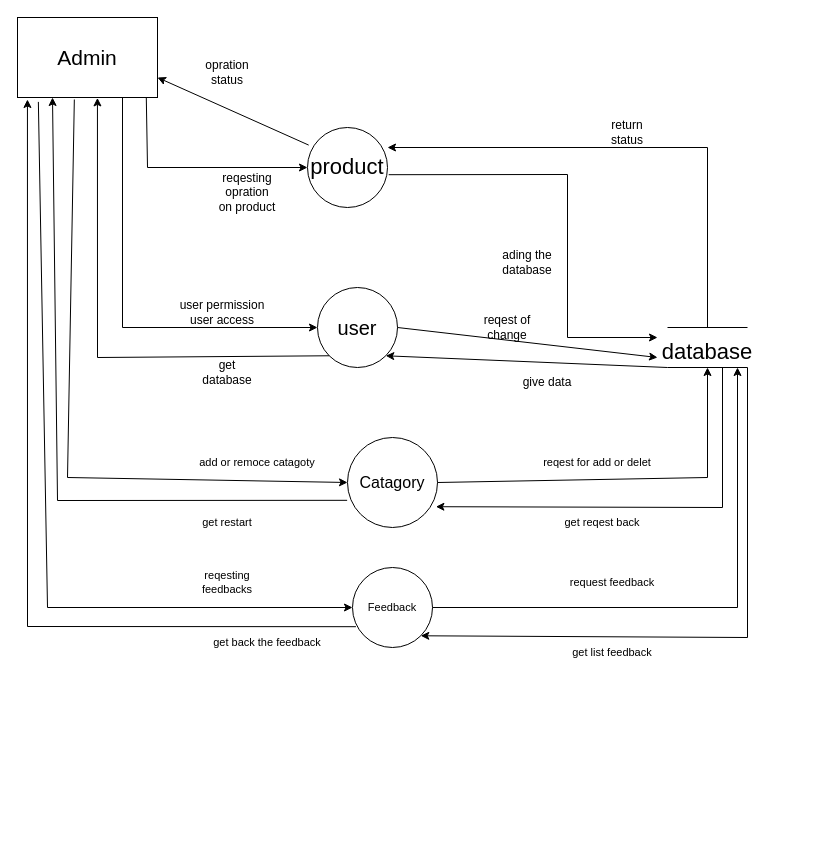
This is page "1 leavel admin" (3 of 5) of charts/dfd.drawio from AKrunal/document, a draw.io file, before an edit. Source tidied: cells renumbered, new cells numbered last; positions are measured from the earlier drawing's top-left corner, leaving out a move shared by most shapes. Both pictures are drawn from the tidied source at 100%, with x=0, y=0 at pixel (17, 17).
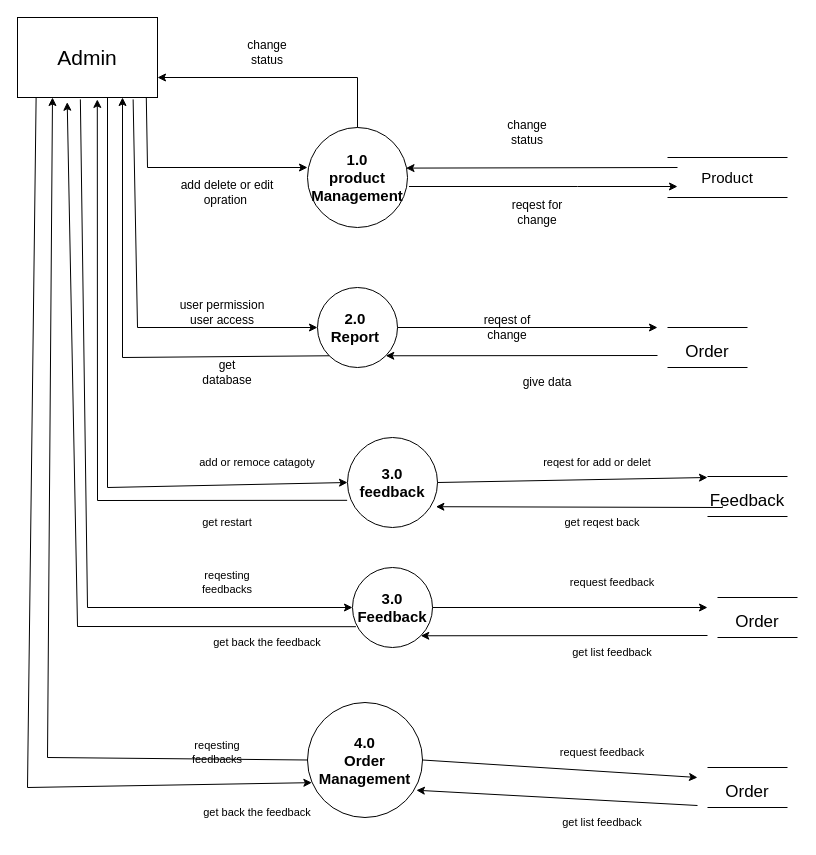
After the change.

The change refers to these unchanged cells:
```xml
<mxCell id="2" value="Admin" style="rounded=0;whiteSpace=wrap;html=1;fontSize=21;" parent="1" vertex="1">
  <mxGeometry width="140" height="80" as="geometry" />
</mxCell>
```

Diff of the diagram source:
```diff
@@
-    <mxCell id="4" value="product" style="ellipse;whiteSpace=wrap;html=1;fontSize=22;" parent="1" vertex="1">
-      <mxGeometry x="290" y="110" width="80" height="80" as="geometry" />
+    <mxCell id="4" value="1.0&lt;br style=&quot;font-size: 15px&quot;&gt;product Management" style="ellipse;whiteSpace=wrap;html=1;fontSize=15;fontStyle=1;" parent="1" vertex="1">
+      <mxGeometry x="290" y="110" width="100" height="100" as="geometry" />
     </mxCell>
     <mxCell id="5" style="endArrow=classic;html=1;rounded=0;fontSize=22;exitX=1.015;exitY=0.59;exitDx=0;exitDy=0;exitPerimeter=0;" parent="1" edge="1" source="4">
       <mxGeometry relative="1" as="geometry">
-        <mxPoint x="640" y="320" as="targetPoint" />
+        <mxPoint x="660" y="169" as="targetPoint" />
         <Array as="points">
-          <mxPoint x="550" y="157" />
-          <mxPoint x="550" y="320" />
+          <mxPoint x="560" y="169" />
         </Array>
       </mxGeometry>
     </mxCell>
@@
-    <mxCell id="8" value="database" style="text;html=1;strokeColor=none;fillColor=none;align=center;verticalAlign=middle;whiteSpace=wrap;rounded=0;fontSize=22;" parent="1" vertex="1">
-      <mxGeometry x="660" y="320" width="60" height="30" as="geometry" />
-    </mxCell>
-    <mxCell id="9" style="endArrow=classic;html=1;rounded=0;fontSize=22;entryX=1;entryY=0.25;entryDx=0;entryDy=0;entryPerimeter=0;" parent="1" edge="1" target="4">
+    <mxCell id="9" style="endArrow=classic;html=1;rounded=0;fontSize=22;entryX=0.985;entryY=0.406;entryDx=0;entryDy=0;entryPerimeter=0;" parent="1" edge="1" target="4">
       <mxGeometry relative="1" as="geometry">
-        <mxPoint x="690" y="310" as="sourcePoint" />
-        <Array as="points">
-          <mxPoint x="690" y="130" />
-        </Array>
+        <mxPoint x="660" y="150" as="sourcePoint" />
       </mxGeometry>
     </mxCell>
-    <mxCell id="10" value="ading the database" style="text;html=1;strokeColor=none;fillColor=none;align=center;verticalAlign=middle;whiteSpace=wrap;rounded=0;fontSize=12;" parent="1" vertex="1">
-      <mxGeometry x="480" y="230" width="60" height="30" as="geometry" />
+    <mxCell id="10" value="reqest for change" style="text;html=1;strokeColor=none;fillColor=none;align=center;verticalAlign=middle;whiteSpace=wrap;rounded=0;fontSize=12;" parent="1" vertex="1">
+      <mxGeometry x="490" y="180" width="60" height="30" as="geometry" />
     </mxCell>
-    <mxCell id="11" value="return status" style="text;html=1;strokeColor=none;fillColor=none;align=center;verticalAlign=middle;whiteSpace=wrap;rounded=0;fontSize=12;" parent="1" vertex="1">
-      <mxGeometry x="580" y="100" width="60" height="30" as="geometry" />
+    <mxCell id="11" value="change status" style="text;html=1;strokeColor=none;fillColor=none;align=center;verticalAlign=middle;whiteSpace=wrap;rounded=0;fontSize=12;" parent="1" vertex="1">
+      <mxGeometry x="480" y="100" width="60" height="30" as="geometry" />
     </mxCell>
-    <mxCell id="12" style="endArrow=classic;html=1;rounded=0;fontSize=12;exitX=0.015;exitY=0.22;exitDx=0;exitDy=0;exitPerimeter=0;entryX=1;entryY=0.75;entryDx=0;entryDy=0;" parent="1" edge="1" source="4" target="2">
-      <mxGeometry relative="1" as="geometry" />
+    <mxCell id="12" style="endArrow=classic;html=1;rounded=0;fontSize=12;exitX=0.5;exitY=0;exitDx=0;exitDy=0;entryX=1;entryY=0.75;entryDx=0;entryDy=0;" parent="1" edge="1" source="4" target="2">
+      <mxGeometry relative="1" as="geometry">
+        <Array as="points">
+          <mxPoint x="340" y="60" />
+        </Array>
+      </mxGeometry>
     </mxCell>
-    <mxCell id="13" value="reqesting opration on product" style="text;html=1;strokeColor=none;fillColor=none;align=center;verticalAlign=middle;whiteSpace=wrap;rounded=0;fontSize=12;" parent="1" vertex="1">
-      <mxGeometry x="200" y="160" width="60" height="30" as="geometry" />
+    <mxCell id="13" value="add delete or edit opration&amp;nbsp;" style="text;html=1;strokeColor=none;fillColor=none;align=center;verticalAlign=middle;whiteSpace=wrap;rounded=0;fontSize=12;" parent="1" vertex="1">
+      <mxGeometry x="160" y="160" width="100" height="30" as="geometry" />
     </mxCell>
-    <mxCell id="14" value="opration status" style="text;html=1;strokeColor=none;fillColor=none;align=center;verticalAlign=middle;whiteSpace=wrap;rounded=0;fontSize=12;" parent="1" vertex="1">
-      <mxGeometry x="180" y="40" width="60" height="30" as="geometry" />
-    </mxCell>
-    <mxCell id="15" value="user" style="ellipse;whiteSpace=wrap;html=1;fontSize=20;" parent="1" vertex="1">
+    <mxCell id="15" value="2.0&amp;nbsp;&lt;br style=&quot;font-size: 15px;&quot;&gt;Report&amp;nbsp;" style="ellipse;whiteSpace=wrap;html=1;fontSize=15;fontStyle=1;" parent="1" vertex="1">
       <mxGeometry x="300" y="270" width="80" height="80" as="geometry" />
     </mxCell>
-    <mxCell id="16" style="endArrow=classic;html=1;rounded=0;fontSize=20;exitX=0.75;exitY=1;exitDx=0;exitDy=0;entryX=0;entryY=0.5;entryDx=0;entryDy=0;" parent="1" edge="1" source="2" target="15">
+    <mxCell id="16" style="endArrow=classic;html=1;rounded=0;fontSize=20;exitX=0.826;exitY=1.024;exitDx=0;exitDy=0;entryX=0;entryY=0.5;entryDx=0;entryDy=0;exitPerimeter=0;" parent="1" edge="1" source="2" target="15">
       <mxGeometry relative="1" as="geometry">
         <Array as="points">
-          <mxPoint x="105" y="310" />
+          <mxPoint x="120" y="310" />
         </Array>
       </mxGeometry>
     </mxCell>
     <mxCell id="17" style="endArrow=classic;html=1;rounded=0;fontSize=20;exitX=1;exitY=0.5;exitDx=0;exitDy=0;" parent="1" edge="1" source="15">
       <mxGeometry relative="1" as="geometry">
-        <mxPoint x="640" y="340" as="targetPoint" />
+        <mxPoint x="640" y="310" as="targetPoint" />
       </mxGeometry>
     </mxCell>
     <mxCell id="18" style="endArrow=classic;html=1;rounded=0;fontSize=20;entryX=1;entryY=1;entryDx=0;entryDy=0;" parent="1" edge="1" target="15">
       <mxGeometry relative="1" as="geometry">
-        <mxPoint x="650" y="350" as="sourcePoint" />
+        <mxPoint x="640" y="338" as="sourcePoint" />
       </mxGeometry>
     </mxCell>
@@
-    <mxCell id="22" style="endArrow=classic;html=1;rounded=0;fontSize=12;exitX=0;exitY=1;exitDx=0;exitDy=0;entryX=0.571;entryY=1.005;entryDx=0;entryDy=0;entryPerimeter=0;" parent="1" edge="1" source="15" target="2">
+    <mxCell id="22" style="endArrow=classic;html=1;rounded=0;fontSize=12;exitX=0;exitY=1;exitDx=0;exitDy=0;entryX=0.75;entryY=1;entryDx=0;entryDy=0;" parent="1" edge="1" source="15" target="2">
       <mxGeometry relative="1" as="geometry">
         <Array as="points">
-          <mxPoint x="80" y="340" />
+          <mxPoint x="105" y="340" />
         </Array>
       </mxGeometry>
     </mxCell>
@@
-    <mxCell id="24" value="Catagory" style="ellipse;whiteSpace=wrap;html=1;fontSize=16;" parent="1" vertex="1">
+    <mxCell id="24" value="3.0&lt;br&gt;feedback" style="ellipse;whiteSpace=wrap;html=1;fontSize=15;fontStyle=1;" parent="1" vertex="1">
       <mxGeometry x="330" y="420" width="90" height="90" as="geometry" />
     </mxCell>
-    <mxCell id="25" style="endArrow=classic;html=1;rounded=0;fontSize=16;exitX=0.406;exitY=1.025;exitDx=0;exitDy=0;exitPerimeter=0;entryX=0;entryY=0.5;entryDx=0;entryDy=0;" parent="1" edge="1" source="2" target="24">
+    <mxCell id="25" style="endArrow=classic;html=1;rounded=0;fontSize=16;entryX=0;entryY=0.5;entryDx=0;entryDy=0;" parent="1" edge="1" target="24">
       <mxGeometry relative="1" as="geometry">
+        <mxPoint x="90" y="80" as="sourcePoint" />
         <Array as="points">
-          <mxPoint x="50" y="460" />
+          <mxPoint x="90" y="470" />
         </Array>
       </mxGeometry>
     </mxCell>
@@
-    <mxCell id="27" style="endArrow=classic;html=1;rounded=0;fontSize=11;exitX=1;exitY=0.5;exitDx=0;exitDy=0;entryX=0.5;entryY=1;entryDx=0;entryDy=0;" parent="1" edge="1" source="24" target="8">
+    <mxCell id="27" style="endArrow=classic;html=1;rounded=0;fontSize=11;exitX=1;exitY=0.5;exitDx=0;exitDy=0;" parent="1" edge="1" source="24">
       <mxGeometry relative="1" as="geometry">
+        <mxPoint x="690" y="460" as="targetPoint" />
         <Array as="points">
           <mxPoint x="690" y="460" />
         </Array>
       </mxGeometry>
     </mxCell>
@@
-    <mxCell id="29" style="endArrow=classic;html=1;rounded=0;fontSize=11;exitX=0.75;exitY=1;exitDx=0;exitDy=0;entryX=0.982;entryY=0.769;entryDx=0;entryDy=0;entryPerimeter=0;" parent="1" edge="1" source="8" target="24">
+    <mxCell id="29" style="endArrow=classic;html=1;rounded=0;fontSize=11;entryX=0.982;entryY=0.769;entryDx=0;entryDy=0;entryPerimeter=0;" parent="1" edge="1" target="24">
       <mxGeometry relative="1" as="geometry">
+        <mxPoint x="705" y="489" as="sourcePoint" />
         <Array as="points">
           <mxPoint x="705" y="490" />
         </Array>
       </mxGeometry>
     </mxCell>
@@
-    <mxCell id="31" style="endArrow=classic;html=1;rounded=0;fontSize=11;exitX=-0.004;exitY=0.698;exitDx=0;exitDy=0;exitPerimeter=0;entryX=0.25;entryY=1;entryDx=0;entryDy=0;" parent="1" edge="1" source="24" target="2">
+    <mxCell id="31" style="endArrow=classic;html=1;rounded=0;fontSize=11;exitX=-0.004;exitY=0.698;exitDx=0;exitDy=0;exitPerimeter=0;entryX=0.57;entryY=1.024;entryDx=0;entryDy=0;entryPerimeter=0;" parent="1" edge="1" source="24" target="2">
       <mxGeometry relative="1" as="geometry">
         <Array as="points">
-          <mxPoint x="40" y="483" />
+          <mxPoint x="80" y="483" />
         </Array>
       </mxGeometry>
     </mxCell>
@@
-    <mxCell id="33" value="Feedback" style="ellipse;whiteSpace=wrap;html=1;fontSize=11;" parent="1" vertex="1">
+    <mxCell id="33" value="3.0&lt;br style=&quot;font-size: 15px;&quot;&gt;Feedback" style="ellipse;whiteSpace=wrap;html=1;fontSize=15;fontStyle=1;" parent="1" vertex="1">
       <mxGeometry x="335" y="550" width="80" height="80" as="geometry" />
     </mxCell>
-    <mxCell id="34" style="endArrow=classic;html=1;rounded=0;fontSize=11;entryX=0;entryY=0.5;entryDx=0;entryDy=0;exitX=0.149;exitY=1.055;exitDx=0;exitDy=0;exitPerimeter=0;" parent="1" edge="1" source="2" target="33">
+    <mxCell id="34" style="endArrow=classic;html=1;rounded=0;fontSize=11;entryX=0;entryY=0.5;entryDx=0;entryDy=0;exitX=0.449;exitY=1.024;exitDx=0;exitDy=0;exitPerimeter=0;" parent="1" edge="1" source="2" target="33">
       <mxGeometry relative="1" as="geometry">
         <Array as="points">
-          <mxPoint x="30" y="590" />
+          <mxPoint x="70" y="590" />
         </Array>
       </mxGeometry>
     </mxCell>
@@
-    <mxCell id="36" style="endArrow=classic;html=1;rounded=0;fontSize=11;exitX=1;exitY=0.5;exitDx=0;exitDy=0;entryX=1;entryY=1;entryDx=0;entryDy=0;" parent="1" edge="1" source="33" target="8">
+    <mxCell id="36" style="endArrow=classic;html=1;rounded=0;fontSize=11;exitX=1;exitY=0.5;exitDx=0;exitDy=0;" parent="1" edge="1" source="33">
       <mxGeometry relative="1" as="geometry">
-        <Array as="points">
-          <mxPoint x="720" y="590" />
-        </Array>
+        <mxPoint x="690" y="590" as="targetPoint" />
       </mxGeometry>
     </mxCell>
@@
     <mxCell id="38" style="endArrow=classic;html=1;rounded=0;fontSize=11;entryX=1;entryY=1;entryDx=0;entryDy=0;" parent="1" edge="1" target="33">
       <mxGeometry relative="1" as="geometry">
-        <mxPoint x="730" y="350" as="sourcePoint" />
-        <Array as="points">
-          <mxPoint x="730" y="620" />
-        </Array>
+        <mxPoint x="690" y="618" as="sourcePoint" />
       </mxGeometry>
     </mxCell>
@@
-    <mxCell id="40" style="endArrow=classic;html=1;rounded=0;fontSize=11;exitX=0.043;exitY=0.74;exitDx=0;exitDy=0;exitPerimeter=0;entryX=0.071;entryY=1.025;entryDx=0;entryDy=0;entryPerimeter=0;" parent="1" edge="1" source="33" target="2">
+    <mxCell id="40" style="endArrow=classic;html=1;rounded=0;fontSize=11;exitX=0.043;exitY=0.74;exitDx=0;exitDy=0;exitPerimeter=0;entryX=0.355;entryY=1.059;entryDx=0;entryDy=0;entryPerimeter=0;" parent="1" edge="1" source="33" target="2">
       <mxGeometry relative="1" as="geometry">
         <Array as="points">
-          <mxPoint x="10" y="609" />
+          <mxPoint x="60" y="609" />
         </Array>
       </mxGeometry>
     </mxCell>
@@
+    <mxCell id="42" style="endArrow=none;html=1;rounded=0;fontSize=15;" parent="1" edge="1">
+      <mxGeometry relative="1" as="geometry">
+        <mxPoint x="650" y="140" as="sourcePoint" />
+        <mxPoint x="770" y="140" as="targetPoint" />
+      </mxGeometry>
+    </mxCell>
+    <mxCell id="43" style="endArrow=none;html=1;rounded=0;fontSize=15;" parent="1" edge="1">
+      <mxGeometry relative="1" as="geometry">
+        <mxPoint x="650" y="180" as="sourcePoint" />
+        <mxPoint x="770" y="180" as="targetPoint" />
+      </mxGeometry>
+    </mxCell>
+    <mxCell id="44" value="Product" style="text;html=1;strokeColor=none;fillColor=none;align=center;verticalAlign=middle;whiteSpace=wrap;rounded=0;fontSize=15;" parent="1" vertex="1">
+      <mxGeometry x="680" y="145" width="60" height="30" as="geometry" />
+    </mxCell>
+    <mxCell id="45" value="Order" style="text;html=1;strokeColor=none;fillColor=none;align=center;verticalAlign=middle;whiteSpace=wrap;rounded=0;fontSize=17;" parent="1" vertex="1">
+      <mxGeometry x="660" y="320" width="60" height="30" as="geometry" />
+    </mxCell>
+    <mxCell id="46" style="endArrow=none;html=1;rounded=0;fontSize=22;" parent="1" edge="1">
+      <mxGeometry relative="1" as="geometry">
+        <mxPoint x="690" y="459" as="sourcePoint" />
+        <mxPoint x="770" y="459" as="targetPoint" />
+      </mxGeometry>
+    </mxCell>
+    <mxCell id="47" style="endArrow=none;html=1;rounded=0;fontSize=22;" parent="1" edge="1">
+      <mxGeometry relative="1" as="geometry">
+        <mxPoint x="690" y="499" as="sourcePoint" />
+        <mxPoint x="770" y="499" as="targetPoint" />
+      </mxGeometry>
+    </mxCell>
+    <mxCell id="48" value="Feedback" style="text;html=1;strokeColor=none;fillColor=none;align=center;verticalAlign=middle;whiteSpace=wrap;rounded=0;fontSize=17;" parent="1" vertex="1">
+      <mxGeometry x="700" y="469" width="60" height="30" as="geometry" />
+    </mxCell>
+    <mxCell id="49" style="endArrow=none;html=1;rounded=0;fontSize=22;" parent="1" edge="1">
+      <mxGeometry relative="1" as="geometry">
+        <mxPoint x="700" y="580" as="sourcePoint" />
+        <mxPoint x="780" y="580" as="targetPoint" />
+      </mxGeometry>
+    </mxCell>
+    <mxCell id="50" style="endArrow=none;html=1;rounded=0;fontSize=22;" parent="1" edge="1">
+      <mxGeometry relative="1" as="geometry">
+        <mxPoint x="700" y="620" as="sourcePoint" />
+        <mxPoint x="780" y="620" as="targetPoint" />
+      </mxGeometry>
+    </mxCell>
+    <mxCell id="51" value="Order" style="text;html=1;strokeColor=none;fillColor=none;align=center;verticalAlign=middle;whiteSpace=wrap;rounded=0;fontSize=17;" parent="1" vertex="1">
+      <mxGeometry x="710" y="590" width="60" height="30" as="geometry" />
+    </mxCell>
+    <mxCell id="52" value="4.0&lt;br style=&quot;font-size: 15px&quot;&gt;Order Management" style="ellipse;whiteSpace=wrap;html=1;fontSize=15;fontStyle=1;" parent="1" vertex="1">
+      <mxGeometry x="290" y="685" width="115" height="115" as="geometry" />
+    </mxCell>
+    <mxCell id="53" value="reqesting feedbacks" style="text;html=1;strokeColor=none;fillColor=none;align=center;verticalAlign=middle;whiteSpace=wrap;rounded=0;fontSize=11;" parent="1" vertex="1">
+      <mxGeometry x="170" y="720" width="60" height="30" as="geometry" />
+    </mxCell>
+    <mxCell id="54" style="endArrow=classic;html=1;rounded=0;fontSize=11;exitX=1;exitY=0.5;exitDx=0;exitDy=0;" parent="1" edge="1" source="52">
+      <mxGeometry relative="1" as="geometry">
+        <mxPoint x="680" y="760" as="targetPoint" />
+      </mxGeometry>
+    </mxCell>
+    <mxCell id="55" value="request feedback" style="text;html=1;strokeColor=none;fillColor=none;align=center;verticalAlign=middle;whiteSpace=wrap;rounded=0;fontSize=11;" parent="1" vertex="1">
+      <mxGeometry x="520" y="720" width="130" height="30" as="geometry" />
+    </mxCell>
+    <mxCell id="56" style="endArrow=classic;html=1;rounded=0;fontSize=11;entryX=0.947;entryY=0.763;entryDx=0;entryDy=0;entryPerimeter=0;" parent="1" edge="1" target="52">
+      <mxGeometry relative="1" as="geometry">
+        <mxPoint x="680" y="788" as="sourcePoint" />
+      </mxGeometry>
+    </mxCell>
+    <mxCell id="57" value="get list feedback" style="text;html=1;strokeColor=none;fillColor=none;align=center;verticalAlign=middle;whiteSpace=wrap;rounded=0;fontSize=11;" parent="1" vertex="1">
+      <mxGeometry x="520" y="790" width="130" height="30" as="geometry" />
+    </mxCell>
+    <mxCell id="58" value="get back the feedback" style="text;html=1;strokeColor=none;fillColor=none;align=center;verticalAlign=middle;whiteSpace=wrap;rounded=0;fontSize=11;" parent="1" vertex="1">
+      <mxGeometry x="170" y="780" width="140" height="30" as="geometry" />
+    </mxCell>
+    <mxCell id="59" style="endArrow=none;html=1;rounded=0;fontSize=22;" parent="1" edge="1">
+      <mxGeometry relative="1" as="geometry">
+        <mxPoint x="690" y="750" as="sourcePoint" />
+        <mxPoint x="770" y="750" as="targetPoint" />
+      </mxGeometry>
+    </mxCell>
+    <mxCell id="60" style="endArrow=none;html=1;rounded=0;fontSize=22;" parent="1" edge="1">
+      <mxGeometry relative="1" as="geometry">
+        <mxPoint x="690" y="790" as="sourcePoint" />
+        <mxPoint x="770" y="790" as="targetPoint" />
+      </mxGeometry>
+    </mxCell>
+    <mxCell id="61" value="Order" style="text;html=1;strokeColor=none;fillColor=none;align=center;verticalAlign=middle;whiteSpace=wrap;rounded=0;fontSize=17;" parent="1" vertex="1">
+      <mxGeometry x="700" y="760" width="60" height="30" as="geometry" />
+    </mxCell>
+    <mxCell id="62" style="endArrow=classic;html=1;rounded=0;fontSize=15;exitX=0;exitY=0.5;exitDx=0;exitDy=0;entryX=0.25;entryY=1;entryDx=0;entryDy=0;" parent="1" edge="1" source="52" target="2">
+      <mxGeometry relative="1" as="geometry">
+        <Array as="points">
+          <mxPoint x="30" y="740" />
+        </Array>
+      </mxGeometry>
+    </mxCell>
+    <mxCell id="63" style="endArrow=classic;html=1;rounded=0;fontSize=15;exitX=0.133;exitY=1;exitDx=0;exitDy=0;exitPerimeter=0;entryX=0.038;entryY=0.697;entryDx=0;entryDy=0;entryPerimeter=0;" parent="1" edge="1" source="2" target="52">
+      <mxGeometry relative="1" as="geometry">
+        <Array as="points">
+          <mxPoint x="10" y="770" />
+        </Array>
+      </mxGeometry>
+    </mxCell>
+    <mxCell id="64" value="change status" style="text;html=1;strokeColor=none;fillColor=none;align=center;verticalAlign=middle;whiteSpace=wrap;rounded=0;fontSize=12;" parent="1" vertex="1">
+      <mxGeometry x="220" y="20" width="60" height="30" as="geometry" />
+    </mxCell>
```
